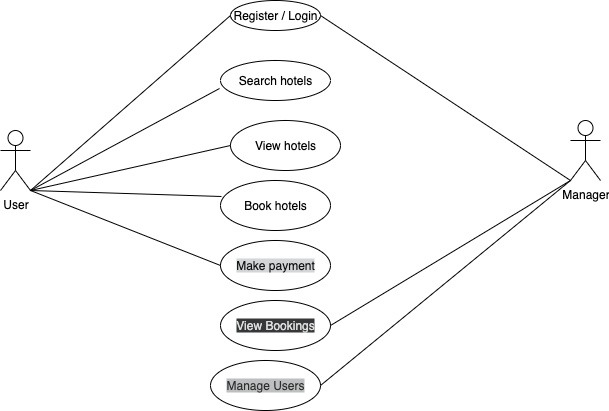
This is alx-booking-uc.png from sunguti-albright/requirement-analysis, a draw.io export, as it was before one commit. Source tidied: cells renumbered, new cells last; positions are measured from the earlier drawing's top-left corner, leaving out a move shared by most shapes.
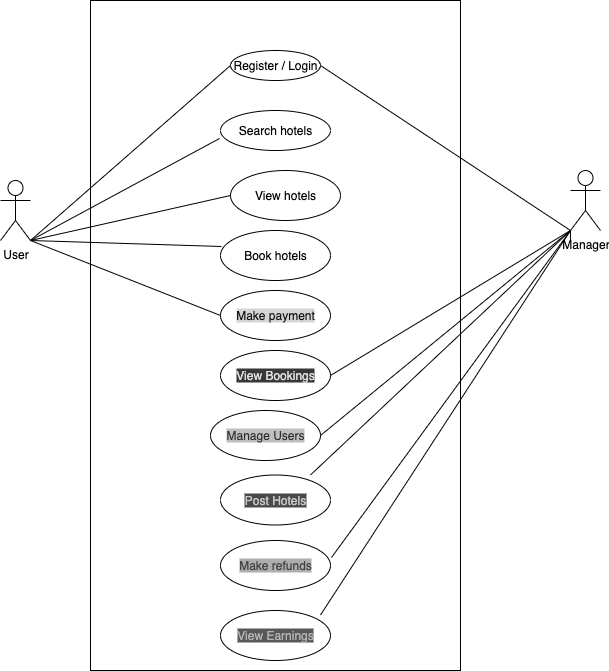
After the change.

What changed in the source:
```diff
@@ -2,60 +2,60 @@
   <root>
     <mxCell id="0" />
     <mxCell id="1" parent="0" />
-    <mxCell id="2" value="Manager" style="shape=umlActor;verticalLabelPosition=bottom;verticalAlign=top;html=1;" parent="1" vertex="1">
+    <mxCell id="2" value="Manager" style="shape=umlActor;verticalLabelPosition=bottom;verticalAlign=top;html=1;labelBackgroundColor=none;" parent="1" vertex="1">
       <mxGeometry x="570" y="120" width="30" height="60" as="geometry" />
     </mxCell>
-    <mxCell id="3" value="User" style="shape=umlActor;verticalLabelPosition=bottom;verticalAlign=top;html=1;" parent="1" vertex="1">
+    <mxCell id="3" value="User" style="shape=umlActor;verticalLabelPosition=bottom;verticalAlign=top;html=1;labelBackgroundColor=none;" parent="1" vertex="1">
       <mxGeometry y="130" width="30" height="60" as="geometry" />
     </mxCell>
-    <mxCell id="4" value="Register / Login" style="ellipse;whiteSpace=wrap;html=1;" parent="1" vertex="1">
+    <mxCell id="4" value="Register / Login" style="ellipse;whiteSpace=wrap;html=1;labelBackgroundColor=none;" parent="1" vertex="1">
       <mxGeometry x="230" width="90" height="30" as="geometry" />
     </mxCell>
-    <mxCell id="5" style="endArrow=none;html=1;rounded=0;entryX=0;entryY=0.5;entryDx=0;entryDy=0;" parent="1" edge="1" target="4">
+    <mxCell id="5" style="endArrow=none;html=1;rounded=0;entryX=0;entryY=0.5;entryDx=0;entryDy=0;labelBackgroundColor=none;fontColor=default;" parent="1" edge="1" target="4">
       <mxGeometry relative="1" as="geometry">
         <mxPoint x="30" y="190" as="sourcePoint" />
       </mxGeometry>
     </mxCell>
-    <mxCell id="6" style="endArrow=none;html=1;rounded=0;entryX=1;entryY=0.5;entryDx=0;entryDy=0;exitX=1;exitY=0.5;exitDx=0;exitDy=0;" parent="1" edge="1" source="12" target="4">
+    <mxCell id="6" style="endArrow=none;html=1;rounded=0;entryX=1;entryY=0.5;entryDx=0;entryDy=0;exitX=1;exitY=0.5;exitDx=0;exitDy=0;labelBackgroundColor=none;fontColor=default;" parent="1" edge="1" source="12" target="4">
       <mxGeometry relative="1" as="geometry">
         <Array as="points">
           <mxPoint x="570" y="180" />
         </Array>
       </mxGeometry>
     </mxCell>
-    <mxCell id="7" value="Search hotels" style="ellipse;whiteSpace=wrap;html=1;" parent="1" vertex="1">
+    <mxCell id="7" value="Search hotels" style="ellipse;whiteSpace=wrap;html=1;labelBackgroundColor=none;" parent="1" vertex="1">
       <mxGeometry x="220" y="60" width="110" height="40" as="geometry" />
     </mxCell>
-    <mxCell id="8" value="Book hote&lt;span style=&quot;color: rgba(0, 0, 0, 0); font-family: monospace; font-size: 0px; text-align: start; text-wrap-mode: nowrap;&quot;&gt;%3CmxGraphModel%3E%3Croot%3E%3CmxCell%20id%3D%220%22%2F%3E%3CmxCell%20id%3D%221%22%20parent%3D%220%22%2F%3E%3CmxCell%20id%3D%222%22%20value%3D%22Search%20hotels%22%20style%3D%22ellipse%3BwhiteSpace%3Dwrap%3Bhtml%3D1%3B%22%20vertex%3D%221%22%20parent%3D%221%22%3E%3CmxGeometry%20x%3D%22300%22%20y%3D%22170%22%20width%3D%22110%22%20height%3D%2250%22%20as%3D%22geometry%22%2F%3E%3C%2FmxCell%3E%3C%2Froot%3E%3C%2FmxGraphModel%3E&lt;/span&gt;ls" style="ellipse;whiteSpace=wrap;html=1;" parent="1" vertex="1">
+    <mxCell id="8" value="Book hote&lt;span style=&quot;color: rgba(0, 0, 0, 0); font-family: monospace; font-size: 0px; text-align: start; text-wrap-mode: nowrap;&quot;&gt;%3CmxGraphModel%3E%3Croot%3E%3CmxCell%20id%3D%220%22%2F%3E%3CmxCell%20id%3D%221%22%20parent%3D%220%22%2F%3E%3CmxCell%20id%3D%222%22%20value%3D%22Search%20hotels%22%20style%3D%22ellipse%3BwhiteSpace%3Dwrap%3Bhtml%3D1%3B%22%20vertex%3D%221%22%20parent%3D%221%22%3E%3CmxGeometry%20x%3D%22300%22%20y%3D%22170%22%20width%3D%22110%22%20height%3D%2250%22%20as%3D%22geometry%22%2F%3E%3C%2FmxCell%3E%3C%2Froot%3E%3C%2FmxGraphModel%3E&lt;/span&gt;ls" style="ellipse;whiteSpace=wrap;html=1;labelBackgroundColor=none;" parent="1" vertex="1">
       <mxGeometry x="220" y="180" width="110" height="50" as="geometry" />
     </mxCell>
-    <mxCell id="9" value="View hotels&lt;span style=&quot;color: rgba(0, 0, 0, 0); font-family: monospace; font-size: 0px; text-align: start; text-wrap-mode: nowrap;&quot;&gt;%3CmxGraphModel%3E%3Croot%3E%3CmxCell%20id%3D%220%22%2F%3E%3CmxCell%20id%3D%221%22%20parent%3D%220%22%2F%3E%3CmxCell%20id%3D%222%22%20value%3D%22Search%20hotels%22%20style%3D%22ellipse%3BwhiteSpace%3Dwrap%3Bhtml%3D1%3B%22%20vertex%3D%221%22%20parent%3D%221%22%3E%3CmxGeometry%20x%3D%22300%22%20y%3D%22170%22%20width%3D%22110%22%20height%3D%2250%22%20as%3D%22geometry%22%2F%3E%3C%2FmxCell%3E%3C%2Froot%3E%3C%2FmxGraphModel%3E&lt;/span&gt;" style="ellipse;whiteSpace=wrap;html=1;" parent="1" vertex="1">
+    <mxCell id="9" value="View hotels&lt;span style=&quot;color: rgba(0, 0, 0, 0); font-family: monospace; font-size: 0px; text-align: start; text-wrap-mode: nowrap;&quot;&gt;%3CmxGraphModel%3E%3Croot%3E%3CmxCell%20id%3D%220%22%2F%3E%3CmxCell%20id%3D%221%22%20parent%3D%220%22%2F%3E%3CmxCell%20id%3D%222%22%20value%3D%22Search%20hotels%22%20style%3D%22ellipse%3BwhiteSpace%3Dwrap%3Bhtml%3D1%3B%22%20vertex%3D%221%22%20parent%3D%221%22%3E%3CmxGeometry%20x%3D%22300%22%20y%3D%22170%22%20width%3D%22110%22%20height%3D%2250%22%20as%3D%22geometry%22%2F%3E%3C%2FmxCell%3E%3C%2Froot%3E%3C%2FmxGraphModel%3E&lt;/span&gt;" style="ellipse;whiteSpace=wrap;html=1;labelBackgroundColor=none;" parent="1" vertex="1">
       <mxGeometry x="230" y="120" width="110" height="50" as="geometry" />
     </mxCell>
-    <mxCell id="10" value="&lt;span style=&quot;color: rgb(18, 18, 18); background-color: rgb(211, 213, 214);&quot;&gt;Make payment&lt;/span&gt;" style="ellipse;whiteSpace=wrap;html=1;" parent="1" vertex="1">
+    <mxCell id="10" value="&lt;span style=&quot;color: rgb(18, 18, 18); background-color: rgb(211, 213, 214);&quot;&gt;Make payment&lt;/span&gt;" style="ellipse;whiteSpace=wrap;html=1;labelBackgroundColor=none;" parent="1" vertex="1">
       <mxGeometry x="220" y="240" width="110" height="50" as="geometry" />
     </mxCell>
-    <mxCell id="11" value="&lt;font color=&quot;#dedede&quot;&gt;&lt;span style=&quot;background-color: rgb(53, 55, 56);&quot;&gt;View Bookings&lt;/span&gt;&lt;/font&gt;" style="ellipse;whiteSpace=wrap;html=1;" parent="1" vertex="1">
+    <mxCell id="11" value="&lt;font color=&quot;#dedede&quot;&gt;&lt;span style=&quot;background-color: rgb(53, 55, 56);&quot;&gt;View Bookings&lt;/span&gt;&lt;/font&gt;" style="ellipse;whiteSpace=wrap;html=1;labelBackgroundColor=none;" parent="1" vertex="1">
       <mxGeometry x="220" y="300" width="110" height="50" as="geometry" />
     </mxCell>
-    <mxCell id="12" value="&lt;font color=&quot;#2e2e2e&quot;&gt;&lt;span style=&quot;background-color: rgb(189, 191, 192);&quot;&gt;Manage Users&lt;/span&gt;&lt;/font&gt;" style="ellipse;whiteSpace=wrap;html=1;" parent="1" vertex="1">
+    <mxCell id="12" value="&lt;font color=&quot;#2e2e2e&quot;&gt;&lt;span style=&quot;background-color: rgb(189, 191, 192);&quot;&gt;Manage Users&lt;/span&gt;&lt;/font&gt;" style="ellipse;whiteSpace=wrap;html=1;labelBackgroundColor=none;" parent="1" vertex="1">
       <mxGeometry x="210" y="360" width="110" height="50" as="geometry" />
     </mxCell>
-    <mxCell id="13" style="endArrow=none;html=1;rounded=0;entryX=-0.009;entryY=0.7;entryDx=0;entryDy=0;entryPerimeter=0;exitX=0;exitY=0.5;exitDx=0;exitDy=0;" parent="1" edge="1" source="9" target="7">
+    <mxCell id="13" style="endArrow=none;html=1;rounded=0;entryX=-0.009;entryY=0.7;entryDx=0;entryDy=0;entryPerimeter=0;exitX=0;exitY=0.5;exitDx=0;exitDy=0;labelBackgroundColor=none;fontColor=default;" parent="1" edge="1" source="9" target="7">
       <mxGeometry relative="1" as="geometry">
         <Array as="points">
           <mxPoint x="30" y="190" />
         </Array>
       </mxGeometry>
     </mxCell>
-    <mxCell id="14" style="endArrow=none;html=1;rounded=0;entryX=0.009;entryY=0.32;entryDx=0;entryDy=0;entryPerimeter=0;exitX=0;exitY=0.5;exitDx=0;exitDy=0;" parent="1" edge="1" source="10" target="8">
+    <mxCell id="14" style="endArrow=none;html=1;rounded=0;entryX=0.009;entryY=0.32;entryDx=0;entryDy=0;entryPerimeter=0;exitX=0;exitY=0.5;exitDx=0;exitDy=0;labelBackgroundColor=none;fontColor=default;" parent="1" edge="1" source="10" target="8">
       <mxGeometry relative="1" as="geometry">
         <Array as="points">
           <mxPoint x="30" y="190" />
         </Array>
       </mxGeometry>
     </mxCell>
-    <mxCell id="15" style="endArrow=none;html=1;rounded=0;entryX=1;entryY=0.5;entryDx=0;entryDy=0;" parent="1" edge="1" target="11">
+    <mxCell id="15" style="endArrow=none;html=1;rounded=0;entryX=1;entryY=0.5;entryDx=0;entryDy=0;labelBackgroundColor=none;fontColor=default;" parent="1" edge="1" target="11">
       <mxGeometry relative="1" as="geometry">
         <mxPoint x="570" y="180" as="sourcePoint" />
         <Array as="points">
@@ -63,5 +63,34 @@
         </Array>
       </mxGeometry>
     </mxCell>
+    <mxCell id="16" style="rounded=0;whiteSpace=wrap;html=1;fillColor=none;labelBackgroundColor=none;" parent="1" vertex="1">
+      <mxGeometry x="90" y="-50" width="370" height="670" as="geometry" />
+    </mxCell>
+    <mxCell id="17" value="&lt;font color=&quot;#c6c6c6&quot;&gt;&lt;span style=&quot;background-color: rgb(72, 74, 75);&quot;&gt;Post Hotels&lt;/span&gt;&lt;/font&gt;" style="ellipse;whiteSpace=wrap;html=1;labelBackgroundColor=none;" parent="1" vertex="1">
+      <mxGeometry x="220" y="424.5" width="110" height="50" as="geometry" />
+    </mxCell>
+    <mxCell id="18" value="&lt;font color=&quot;#434343&quot;&gt;&lt;span style=&quot;background-color: rgb(173, 174, 175);&quot;&gt;Make refunds&lt;/span&gt;&lt;/font&gt;" style="ellipse;whiteSpace=wrap;html=1;labelBackgroundColor=none;" parent="1" vertex="1">
+      <mxGeometry x="220" y="490" width="110" height="50" as="geometry" />
+    </mxCell>
+    <mxCell id="19" value="&lt;font color=&quot;#b4b4b4&quot;&gt;&lt;span style=&quot;background-color: rgb(88, 88, 89);&quot;&gt;View Earnings&lt;/span&gt;&lt;/font&gt;" style="ellipse;whiteSpace=wrap;html=1;labelBackgroundColor=none;" parent="1" vertex="1">
+      <mxGeometry x="220" y="560" width="110" height="50" as="geometry" />
+    </mxCell>
+    <mxCell id="20" style="endArrow=none;html=1;rounded=0;entryX=1;entryY=0.5;entryDx=0;entryDy=0;exitX=1.009;exitY=0.34;exitDx=0;exitDy=0;exitPerimeter=0;labelBackgroundColor=none;fontColor=default;" parent="1" edge="1" source="18">
+      <mxGeometry relative="1" as="geometry">
+        <mxPoint x="310" y="424.5" as="targetPoint" />
+        <Array as="points">
+          <mxPoint x="570" y="180" />
+        </Array>
+      </mxGeometry>
+    </mxCell>
+    <mxCell id="21" style="endArrow=none;html=1;rounded=0;entryX=1;entryY=0.5;entryDx=0;entryDy=0;labelBackgroundColor=none;fontColor=default;" parent="1" edge="1">
+      <mxGeometry relative="1" as="geometry">
+        <mxPoint x="570" y="190" as="sourcePoint" />
+        <mxPoint x="320" y="564.5" as="targetPoint" />
+        <Array as="points">
+          <mxPoint x="570" y="180" />
+        </Array>
+      </mxGeometry>
+    </mxCell>
   </root>
 </mxGraphModel>
```
